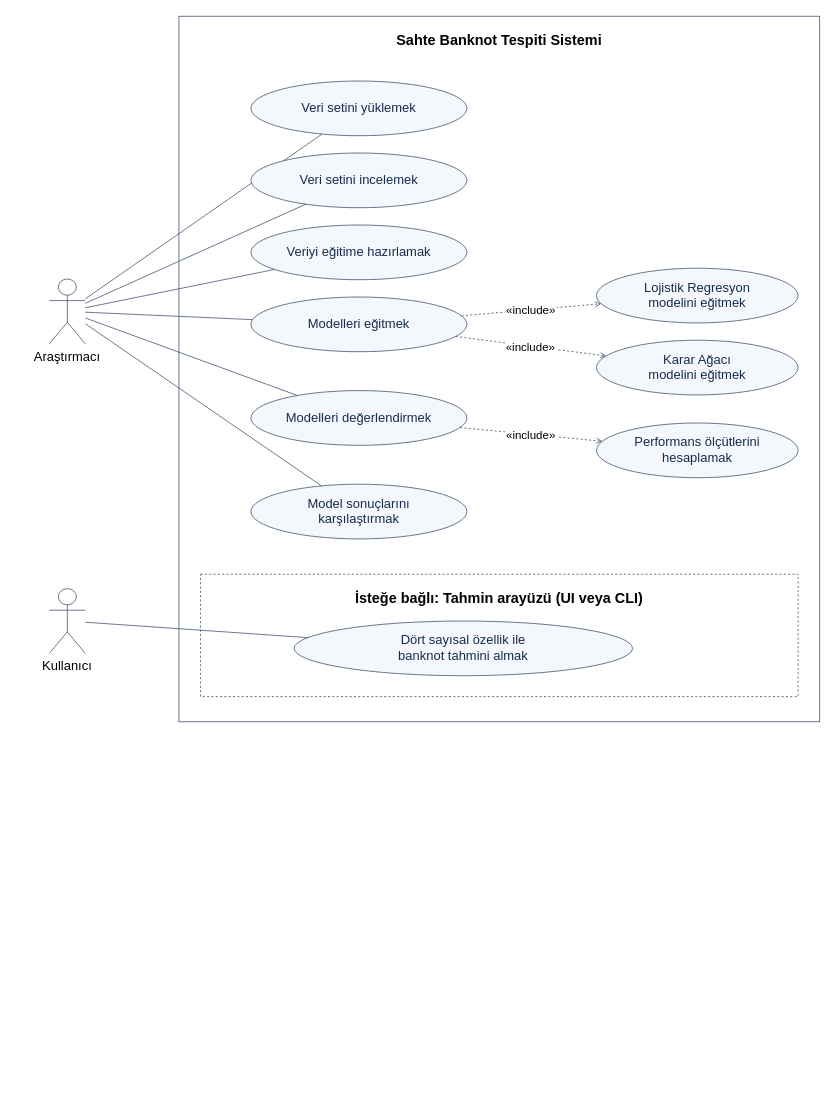
Before: docs/uml/drawio/use_case.drawio in miracayasar/Sahte-Banknot-Tespiti, a draw.io diagram. Source tidied: cells renumbered, new cells numbered last; positions are measured from the earlier drawing's top-left corner, leaving out a move shared by most shapes. Both pictures are drawn from the tidied source at 72%, with x=0, y=0 at pixel (49, 16).
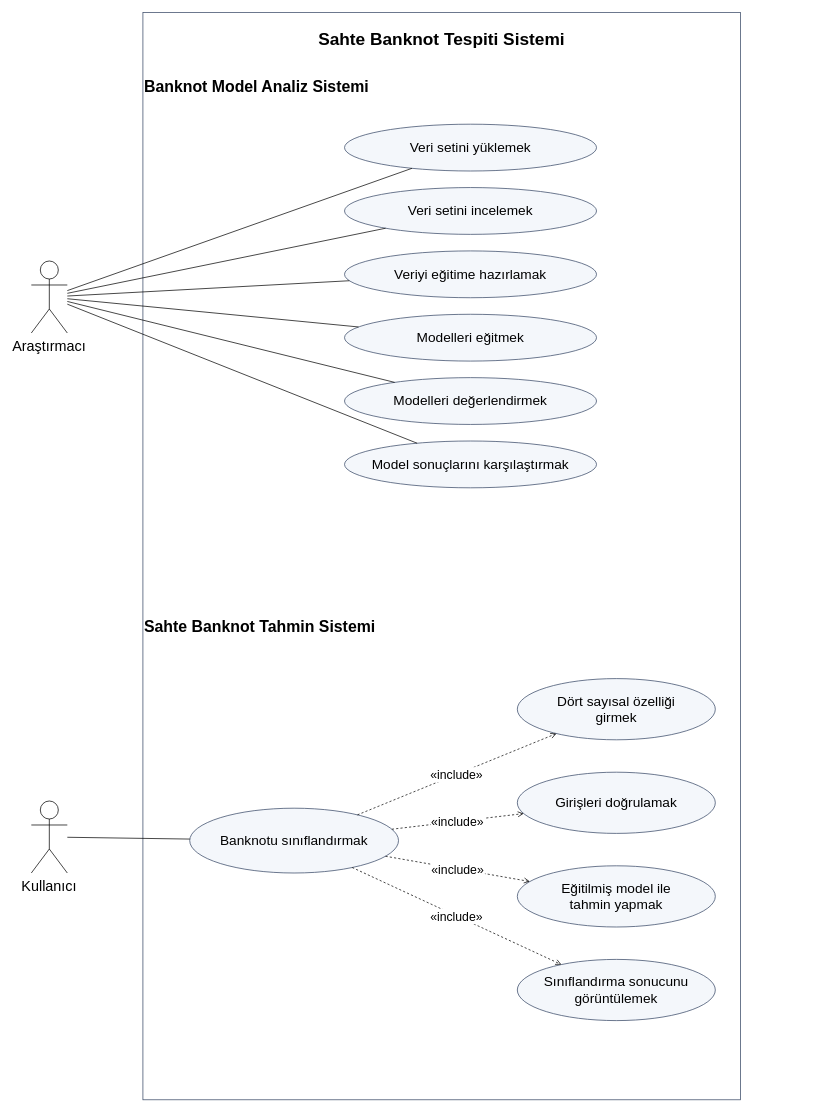
After the change.

What changed in the source:
```diff
@@
-    <mxCell id="2" value="Sahte Banknot Tespiti Sistemi" style="rounded=0;fillColor=none;strokeColor=#344563;fontSize=20;fontStyle=1;verticalAlign=top;spacingTop=15;" parent="1" vertex="1">
-      <mxGeometry x="180" width="890" height="980" as="geometry" />
+    <mxCell id="2" value="Sahte Banknot Tespiti Sistemi" style="fillColor=none;strokeColor=#344563;verticalAlign=top;spacingTop=15;fontSize=24;fontStyle=1;" parent="1" vertex="1">
+      <mxGeometry x="130" y="-5" width="830" height="1510" as="geometry" />
     </mxCell>
+    <mxCell id="26" value="Banknot Model Analiz Sistemi" style="text;html=0;fontSize=22;fontStyle=1;verticalAlign=top;spacingTop=18;strokeColor=none;fillColor=none;" parent="1" vertex="1">
+      <mxGeometry x="130" y="60" width="830" height="670" as="geometry" />
+    </mxCell>
-    <mxCell id="3" value="Araştırmacı" style="shape=umlActor;verticalLabelPosition=bottom;verticalAlign=top;fillColor=#ffffff;strokeColor=#344563;fontSize=18;" parent="1" vertex="1">
-      <mxGeometry y="365" width="50" height="90" as="geometry" />
+    <mxCell id="3" value="Araştırmacı" style="shape=umlActor;verticalLabelPosition=bottom;verticalAlign=top;fontSize=20;" parent="1" vertex="1">
+      <mxGeometry x="-25" y="340" width="50" height="100" as="geometry" />
     </mxCell>
-    <mxCell id="4" value="Veri setini yüklemek" style="ellipse;whiteSpace=wrap;html=0;fillColor=#f4f7fb;strokeColor=#344563;fontColor=#172b4d;fontSize=18;" parent="1" vertex="1">
-      <mxGeometry x="280" y="90" width="300" height="76" as="geometry" />
+    <mxCell id="4" value="Veri setini yüklemek" style="ellipse;whiteSpace=wrap;html=0;fontSize=19;fillColor=#f4f7fb;strokeColor=#344563;" parent="1" vertex="1">
+      <mxGeometry x="410" y="150" width="350" height="65" as="geometry" />
     </mxCell>
-    <mxCell id="5" style="edgeStyle=none;html=0;strokeColor=#344563;fontSize=16;labelBackgroundColor=#ffffff;endArrow=none;" parent="1" edge="1" source="3" target="4">
+    <mxCell id="5" style="edgeStyle=none;fontSize=17;labelBackgroundColor=#ffffff;endArrow=none;" parent="1" edge="1" source="3" target="4">
       <mxGeometry relative="1" as="geometry" />
     </mxCell>
-    <mxCell id="6" value="Veri setini incelemek" style="ellipse;whiteSpace=wrap;html=0;fillColor=#f4f7fb;strokeColor=#344563;fontColor=#172b4d;fontSize=18;" parent="1" vertex="1">
-      <mxGeometry x="280" y="190" width="300" height="76" as="geometry" />
+    <mxCell id="6" value="Veri setini incelemek" style="ellipse;whiteSpace=wrap;html=0;fontSize=19;fillColor=#f4f7fb;strokeColor=#344563;" parent="1" vertex="1">
+      <mxGeometry x="410" y="238" width="350" height="65" as="geometry" />
     </mxCell>
-    <mxCell id="7" style="edgeStyle=none;html=0;strokeColor=#344563;fontSize=16;labelBackgroundColor=#ffffff;endArrow=none;" parent="1" edge="1" source="3" target="6">
+    <mxCell id="7" style="edgeStyle=none;fontSize=17;labelBackgroundColor=#ffffff;endArrow=none;" parent="1" edge="1" source="3" target="6">
       <mxGeometry relative="1" as="geometry" />
     </mxCell>
-    <mxCell id="8" value="Veriyi eğitime hazırlamak" style="ellipse;whiteSpace=wrap;html=0;fillColor=#f4f7fb;strokeColor=#344563;fontColor=#172b4d;fontSize=18;" parent="1" vertex="1">
-      <mxGeometry x="280" y="290" width="300" height="76" as="geometry" />
+    <mxCell id="8" value="Veriyi eğitime hazırlamak" style="ellipse;whiteSpace=wrap;html=0;fontSize=19;fillColor=#f4f7fb;strokeColor=#344563;" parent="1" vertex="1">
+      <mxGeometry x="410" y="326" width="350" height="65" as="geometry" />
     </mxCell>
-    <mxCell id="9" style="edgeStyle=none;html=0;strokeColor=#344563;fontSize=16;labelBackgroundColor=#ffffff;endArrow=none;" parent="1" edge="1" source="3" target="8">
+    <mxCell id="9" style="edgeStyle=none;fontSize=17;labelBackgroundColor=#ffffff;endArrow=none;" parent="1" edge="1" source="3" target="8">
       <mxGeometry relative="1" as="geometry" />
     </mxCell>
-    <mxCell id="10" value="Modelleri eğitmek" style="ellipse;whiteSpace=wrap;html=0;fillColor=#f4f7fb;strokeColor=#344563;fontColor=#172b4d;fontSize=18;" parent="1" vertex="1">
-      <mxGeometry x="280" y="390" width="300" height="76" as="geometry" />
+    <mxCell id="10" value="Modelleri eğitmek" style="ellipse;whiteSpace=wrap;html=0;fontSize=19;fillColor=#f4f7fb;strokeColor=#344563;" parent="1" vertex="1">
+      <mxGeometry x="410" y="414" width="350" height="65" as="geometry" />
     </mxCell>
-    <mxCell id="11" style="edgeStyle=none;html=0;strokeColor=#344563;fontSize=16;labelBackgroundColor=#ffffff;endArrow=none;" parent="1" edge="1" source="3" target="10">
+    <mxCell id="11" style="edgeStyle=none;fontSize=17;labelBackgroundColor=#ffffff;endArrow=none;" parent="1" edge="1" source="3" target="10">
       <mxGeometry relative="1" as="geometry" />
     </mxCell>
-    <mxCell id="12" value="Modelleri değerlendirmek" style="ellipse;whiteSpace=wrap;html=0;fillColor=#f4f7fb;strokeColor=#344563;fontColor=#172b4d;fontSize=18;" parent="1" vertex="1">
-      <mxGeometry x="280" y="520" width="300" height="76" as="geometry" />
+    <mxCell id="12" value="Modelleri değerlendirmek" style="ellipse;whiteSpace=wrap;html=0;fontSize=19;fillColor=#f4f7fb;strokeColor=#344563;" parent="1" vertex="1">
+      <mxGeometry x="410" y="502" width="350" height="65" as="geometry" />
     </mxCell>
-    <mxCell id="13" style="edgeStyle=none;html=0;strokeColor=#344563;fontSize=16;labelBackgroundColor=#ffffff;endArrow=none;" parent="1" edge="1" source="3" target="12">
+    <mxCell id="13" style="edgeStyle=none;fontSize=17;labelBackgroundColor=#ffffff;endArrow=none;" parent="1" edge="1" source="3" target="12">
       <mxGeometry relative="1" as="geometry" />
     </mxCell>
-    <mxCell id="14" value="Model sonuçlarını&#10;karşılaştırmak" style="ellipse;whiteSpace=wrap;html=0;fillColor=#f4f7fb;strokeColor=#344563;fontColor=#172b4d;fontSize=18;" parent="1" vertex="1">
-      <mxGeometry x="280" y="650" width="300" height="76" as="geometry" />
+    <mxCell id="14" value="Model sonuçlarını karşılaştırmak" style="ellipse;whiteSpace=wrap;html=0;fontSize=19;fillColor=#f4f7fb;strokeColor=#344563;" parent="1" vertex="1">
+      <mxGeometry x="410" y="590" width="350" height="65" as="geometry" />
     </mxCell>
-    <mxCell id="15" style="edgeStyle=none;html=0;strokeColor=#344563;fontSize=16;labelBackgroundColor=#ffffff;endArrow=none;" parent="1" edge="1" source="3" target="14">
+    <mxCell id="15" style="edgeStyle=none;fontSize=17;labelBackgroundColor=#ffffff;endArrow=none;" parent="1" edge="1" source="3" target="14">
       <mxGeometry relative="1" as="geometry" />
     </mxCell>
-    <mxCell id="16" value="Lojistik Regresyon&#10;modelini eğitmek" style="ellipse;whiteSpace=wrap;html=0;fillColor=#f4f7fb;strokeColor=#344563;fontColor=#172b4d;fontSize=18;" parent="1" vertex="1">
-      <mxGeometry x="760" y="350" width="280" height="76" as="geometry" />
-    </mxCell>
-    <mxCell id="17" value="Karar Ağacı&#10;modelini eğitmek" style="ellipse;whiteSpace=wrap;html=0;fillColor=#f4f7fb;strokeColor=#344563;fontColor=#172b4d;fontSize=18;" parent="1" vertex="1">
-      <mxGeometry x="760" y="450" width="280" height="76" as="geometry" />
-    </mxCell>
-    <mxCell id="18" value="Performans ölçütlerini&#10;hesaplamak" style="ellipse;whiteSpace=wrap;html=0;fillColor=#f4f7fb;strokeColor=#344563;fontColor=#172b4d;fontSize=18;" parent="1" vertex="1">
-      <mxGeometry x="760" y="565" width="280" height="76" as="geometry" />
-    </mxCell>
-    <mxCell id="19" value="«include»" style="edgeStyle=none;html=0;strokeColor=#344563;fontSize=16;labelBackgroundColor=#ffffff;endArrow=open;endFill=0;dashed=1;" parent="1" edge="1" source="10" target="16">
-      <mxGeometry relative="1" as="geometry" />
-    </mxCell>
-    <mxCell id="20" value="«include»" style="edgeStyle=none;html=0;strokeColor=#344563;fontSize=16;labelBackgroundColor=#ffffff;endArrow=open;endFill=0;dashed=1;" parent="1" edge="1" source="10" target="17">
-      <mxGeometry relative="1" as="geometry" />
-    </mxCell>
-    <mxCell id="21" value="«include»" style="edgeStyle=none;html=0;strokeColor=#344563;fontSize=16;labelBackgroundColor=#ffffff;endArrow=open;endFill=0;dashed=1;" parent="1" edge="1" source="12" target="18">
-      <mxGeometry relative="1" as="geometry" />
-    </mxCell>
-    <mxCell id="22" value="İsteğe bağlı: Tahmin arayüzü (UI veya CLI)" style="rounded=0;fillColor=none;strokeColor=#344563;fontSize=20;fontStyle=1;verticalAlign=top;spacingTop=15;dashed=1;" parent="1" vertex="1">
-      <mxGeometry x="210" y="775" width="830" height="170" as="geometry" />
-    </mxCell>
+    <mxCell id="27" value="Sahte Banknot Tahmin Sistemi" style="text;html=0;fontSize=22;fontStyle=1;verticalAlign=top;spacingTop=18;strokeColor=none;fillColor=none;" parent="1" vertex="1">
+      <mxGeometry x="130" y="810" width="830" height="670" as="geometry" />
+    </mxCell>
-    <mxCell id="23" value="Kullanıcı" style="shape=umlActor;verticalLabelPosition=bottom;verticalAlign=top;fillColor=#ffffff;strokeColor=#344563;fontSize=18;" parent="1" vertex="1">
-      <mxGeometry y="795" width="50" height="90" as="geometry" />
+    <mxCell id="23" value="Kullanıcı" style="shape=umlActor;verticalLabelPosition=bottom;verticalAlign=top;fontSize=20;" parent="1" vertex="1">
+      <mxGeometry x="-25" y="1090" width="50" height="100" as="geometry" />
     </mxCell>
-    <mxCell id="24" value="Dört sayısal özellik ile&#10;banknot tahmini almak" style="ellipse;whiteSpace=wrap;html=0;fillColor=#f4f7fb;strokeColor=#344563;fontColor=#172b4d;fontSize=18;" parent="1" vertex="1">
-      <mxGeometry x="340" y="840" width="470" height="76" as="geometry" />
-    </mxCell>
-    <mxCell id="25" style="edgeStyle=none;html=0;strokeColor=#344563;fontSize=16;labelBackgroundColor=#ffffff;endArrow=none;" parent="1" edge="1" source="23" target="24">
-      <mxGeometry relative="1" as="geometry" />
-    </mxCell>
+    <mxCell id="28" value="Banknotu sınıflandırmak" style="ellipse;whiteSpace=wrap;html=0;fontSize=19;fillColor=#f4f7fb;strokeColor=#344563;" parent="1" vertex="1">
+      <mxGeometry x="195" y="1100" width="290" height="90" as="geometry" />
+    </mxCell>
+    <mxCell id="29" style="edgeStyle=none;fontSize=17;labelBackgroundColor=#ffffff;endArrow=none;" parent="1" edge="1" source="23" target="28">
+      <mxGeometry relative="1" as="geometry" />
+    </mxCell>
+    <mxCell id="30" value="Dört sayısal özelliği&#10;girmek" style="ellipse;whiteSpace=wrap;html=0;fontSize=19;fillColor=#f4f7fb;strokeColor=#344563;" parent="1" vertex="1">
+      <mxGeometry x="650" y="920" width="275" height="85" as="geometry" />
+    </mxCell>
+    <mxCell id="31" value="«include»" style="edgeStyle=none;fontSize=17;labelBackgroundColor=#ffffff;endArrow=open;endFill=0;dashed=1;" parent="1" edge="1" source="28" target="30">
+      <mxGeometry relative="1" as="geometry" />
+    </mxCell>
+    <mxCell id="32" value="Girişleri doğrulamak" style="ellipse;whiteSpace=wrap;html=0;fontSize=19;fillColor=#f4f7fb;strokeColor=#344563;" parent="1" vertex="1">
+      <mxGeometry x="650" y="1050" width="275" height="85" as="geometry" />
+    </mxCell>
+    <mxCell id="33" value="«include»" style="edgeStyle=none;fontSize=17;labelBackgroundColor=#ffffff;endArrow=open;endFill=0;dashed=1;" parent="1" edge="1" source="28" target="32">
+      <mxGeometry relative="1" as="geometry" />
+    </mxCell>
+    <mxCell id="34" value="Eğitilmiş model ile&#10;tahmin yapmak" style="ellipse;whiteSpace=wrap;html=0;fontSize=19;fillColor=#f4f7fb;strokeColor=#344563;" parent="1" vertex="1">
+      <mxGeometry x="650" y="1180" width="275" height="85" as="geometry" />
+    </mxCell>
+    <mxCell id="35" value="«include»" style="edgeStyle=none;fontSize=17;labelBackgroundColor=#ffffff;endArrow=open;endFill=0;dashed=1;" parent="1" edge="1" source="28" target="34">
+      <mxGeometry relative="1" as="geometry" />
+    </mxCell>
+    <mxCell id="36" value="Sınıflandırma sonucunu&#10;görüntülemek" style="ellipse;whiteSpace=wrap;html=0;fontSize=19;fillColor=#f4f7fb;strokeColor=#344563;" parent="1" vertex="1">
+      <mxGeometry x="650" y="1310" width="275" height="85" as="geometry" />
+    </mxCell>
+    <mxCell id="37" value="«include»" style="edgeStyle=none;fontSize=17;labelBackgroundColor=#ffffff;endArrow=open;endFill=0;dashed=1;" parent="1" edge="1" source="28" target="36">
+      <mxGeometry relative="1" as="geometry" />
+    </mxCell>
```
